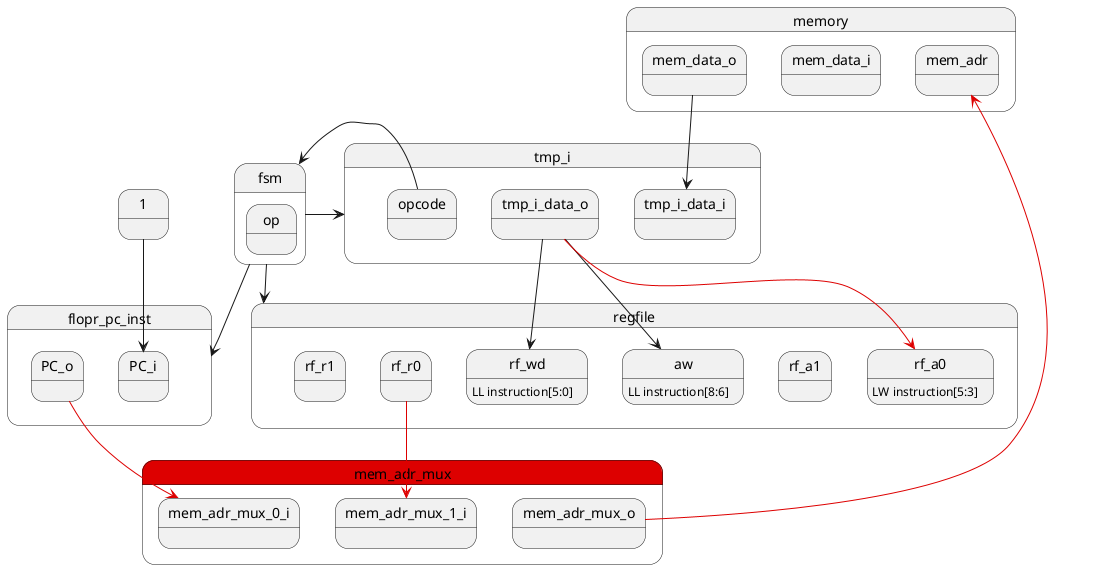
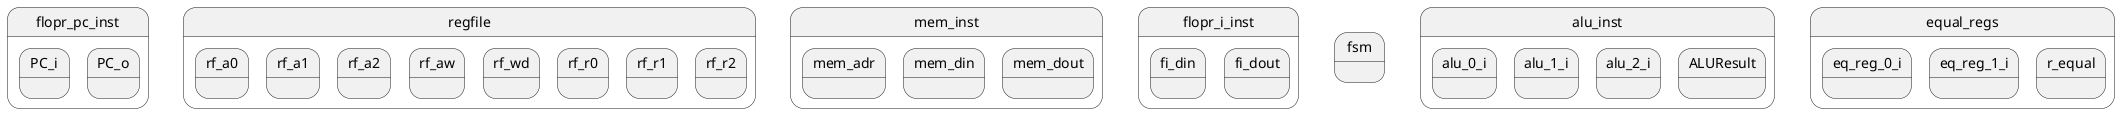
@startuml ttt

state flopr_pc_inst {
    state PC_i
    state PC_o
}

state regfile {
    state rf_a0
-     rf_a0 : LW instruction[5:3]
    state rf_a1
-     state aw
-     aw : LL instruction[8:6]
+     state rf_a2
+     state rf_aw
    state rf_wd
-     rf_wd : LL instruction[5:0]
    state rf_r0
- 
    state rf_r1
+     state rf_r2
}

- state memory {
+ 
+ 
+ state mem_inst {
    state mem_adr
-     state mem_data_i
-     state mem_data_o
+     state mem_din
+     state mem_dout
}

- state tmp_i {
-     state tmp_i_data_i
-     state tmp_i_data_o
-     state opcode
+ 
+ 
+ state flopr_i_inst {
+     state fi_din
+     state fi_dout
}

- state mem_adr_mux #dd0000 {
-    state mem_adr_mux_0_i
-    state mem_adr_mux_1_i
-    state mem_adr_mux_o
+ 
+ 
+ 
+ state fsm {
}

- 1 --> PC_i

- PC_o -[#dd0000]-> mem_adr_mux_0_i
- rf_r0 -[#dd0000]-> mem_adr_mux_1_i
- mem_adr_mux_o -[#dd0000]-> mem_adr
+ state alu_inst {
+     state alu_0_i
+     state alu_1_i
+     state alu_2_i
+     state ALUResult
+ }


- mem_data_o --> tmp_i_data_i
- tmp_i_data_o --> aw
- tmp_i_data_o --> rf_wd

- state fsm {
-     state op
+ state equal_regs {
+     state eq_reg_0_i
+     state eq_reg_1_i
+     state r_equal
}

- opcode --> fsm
- fsm --> tmp_i
- fsm --> regfile
- fsm --> flopr_pc_inst
- 
- tmp_i_data_o -[#dd0000]-> rf_a0
@enduml